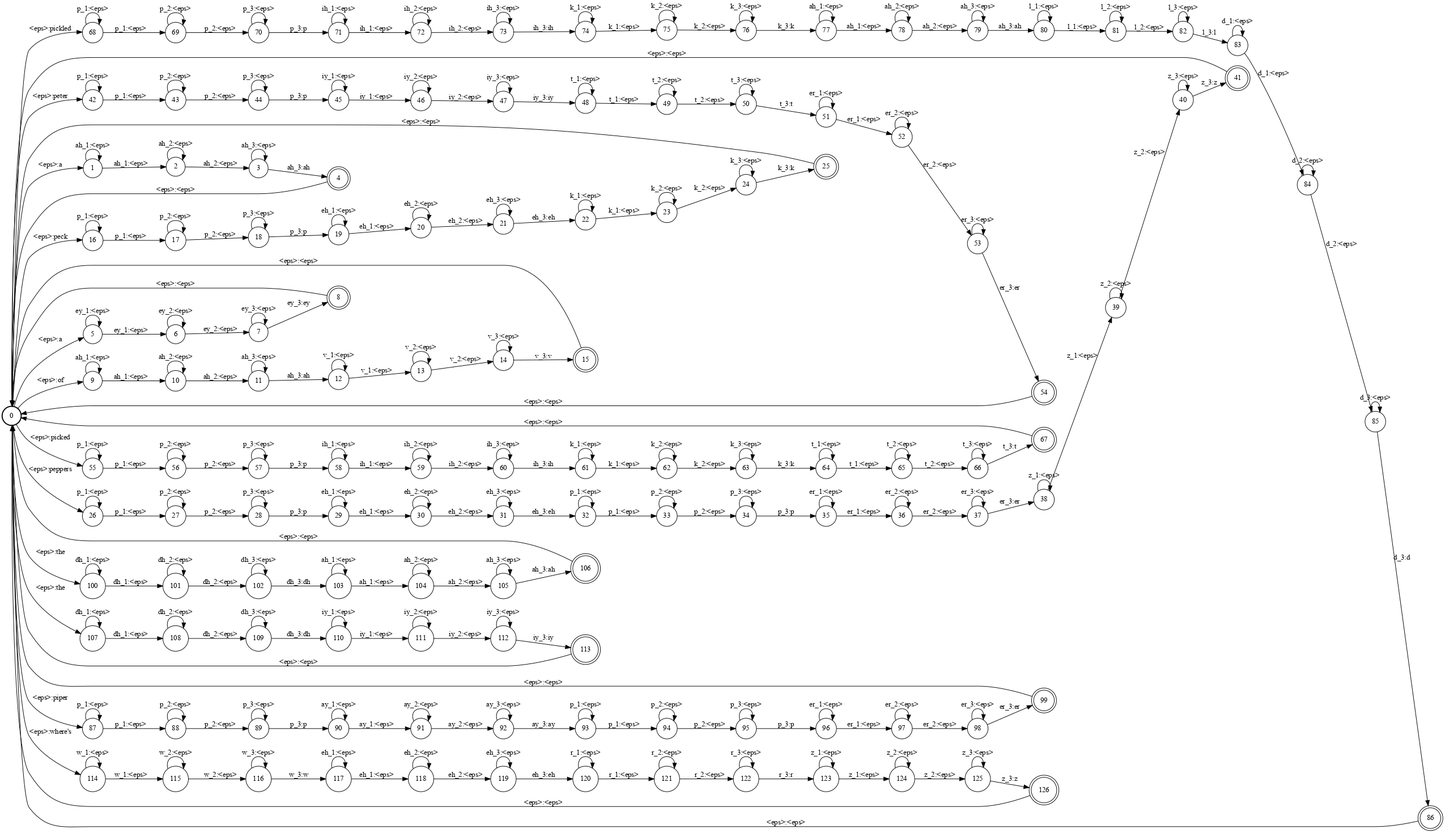
Hamesz/ASR-CW keeps this Graphviz diagram as tmp.png. Above is the earlier version. Its source is kept beside it as tmp.dot.
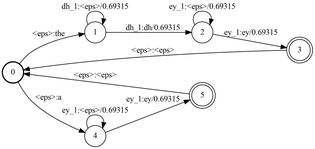
Above is the later version.

Diff of the diagram source:
```diff
@@ -6,382 +6,19 @@
 ranksep = "0.4";
 nodesep = "0.25";
 0 [label = "0", shape = circle, style = bold, fontsize = 14]
-	0 -> 1 [label = "<eps>:a", fontsize = 14];
-	0 -> 5 [label = "<eps>:a", fontsize = 14];
-	0 -> 9 [label = "<eps>:of", fontsize = 14];
-	0 -> 16 [label = "<eps>:peck", fontsize = 14];
-	0 -> 26 [label = "<eps>:peppers", fontsize = 14];
-	0 -> 42 [label = "<eps>:peter", fontsize = 14];
-	0 -> 55 [label = "<eps>:picked", fontsize = 14];
-	0 -> 68 [label = "<eps>:pickled", fontsize = 14];
-	0 -> 87 [label = "<eps>:piper", fontsize = 14];
-	0 -> 100 [label = "<eps>:the", fontsize = 14];
-	0 -> 107 [label = "<eps>:the", fontsize = 14];
-	0 -> 114 [label = "<eps>:where's", fontsize = 14];
+	0 -> 1 [label = "<eps>:the", fontsize = 14];
+	0 -> 4 [label = "<eps>:a", fontsize = 14];
 1 [label = "1", shape = circle, style = solid, fontsize = 14]
-	1 -> 1 [label = "ah_1:<eps>", fontsize = 14];
-	1 -> 2 [label = "ah_1:<eps>", fontsize = 14];
+	1 -> 1 [label = "dh_1:<eps>/0.69315", fontsize = 14];
+	1 -> 2 [label = "dh_1:dh/0.69315", fontsize = 14];
 2 [label = "2", shape = circle, style = solid, fontsize = 14]
-	2 -> 2 [label = "ah_2:<eps>", fontsize = 14];
-	2 -> 3 [label = "ah_2:<eps>", fontsize = 14];
-3 [label = "3", shape = circle, style = solid, fontsize = 14]
-	3 -> 3 [label = "ah_3:<eps>", fontsize = 14];
-	3 -> 4 [label = "ah_3:ah", fontsize = 14];
-4 [label = "4", shape = doublecircle, style = solid, fontsize = 14]
-	4 -> 0 [label = "<eps>:<eps>", fontsize = 14];
-5 [label = "5", shape = circle, style = solid, fontsize = 14]
-	5 -> 5 [label = "ey_1:<eps>", fontsize = 14];
-	5 -> 6 [label = "ey_1:<eps>", fontsize = 14];
-6 [label = "6", shape = circle, style = solid, fontsize = 14]
-	6 -> 6 [label = "ey_2:<eps>", fontsize = 14];
-	6 -> 7 [label = "ey_2:<eps>", fontsize = 14];
-7 [label = "7", shape = circle, style = solid, fontsize = 14]
-	7 -> 7 [label = "ey_3:<eps>", fontsize = 14];
-	7 -> 8 [label = "ey_3:ey", fontsize = 14];
-8 [label = "8", shape = doublecircle, style = solid, fontsize = 14]
-	8 -> 0 [label = "<eps>:<eps>", fontsize = 14];
-9 [label = "9", shape = circle, style = solid, fontsize = 14]
-	9 -> 9 [label = "ah_1:<eps>", fontsize = 14];
-	9 -> 10 [label = "ah_1:<eps>", fontsize = 14];
-10 [label = "10", shape = circle, style = solid, fontsize = 14]
-	10 -> 10 [label = "ah_2:<eps>", fontsize = 14];
-	10 -> 11 [label = "ah_2:<eps>", fontsize = 14];
-11 [label = "11", shape = circle, style = solid, fontsize = 14]
-	11 -> 11 [label = "ah_3:<eps>", fontsize = 14];
-	11 -> 12 [label = "ah_3:ah", fontsize = 14];
-12 [label = "12", shape = circle, style = solid, fontsize = 14]
-	12 -> 12 [label = "v_1:<eps>", fontsize = 14];
-	12 -> 13 [label = "v_1:<eps>", fontsize = 14];
-13 [label = "13", shape = circle, style = solid, fontsize = 14]
-	13 -> 13 [label = "v_2:<eps>", fontsize = 14];
-	13 -> 14 [label = "v_2:<eps>", fontsize = 14];
-14 [label = "14", shape = circle, style = solid, fontsize = 14]
-	14 -> 14 [label = "v_3:<eps>", fontsize = 14];
-	14 -> 15 [label = "v_3:v", fontsize = 14];
-15 [label = "15", shape = doublecircle, style = solid, fontsize = 14]
-	15 -> 0 [label = "<eps>:<eps>", fontsize = 14];
-16 [label = "16", shape = circle, style = solid, fontsize = 14]
-	16 -> 16 [label = "p_1:<eps>", fontsize = 14];
-	16 -> 17 [label = "p_1:<eps>", fontsize = 14];
-17 [label = "17", shape = circle, style = solid, fontsize = 14]
-	17 -> 17 [label = "p_2:<eps>", fontsize = 14];
-	17 -> 18 [label = "p_2:<eps>", fontsize = 14];
-18 [label = "18", shape = circle, style = solid, fontsize = 14]
-	18 -> 18 [label = "p_3:<eps>", fontsize = 14];
-	18 -> 19 [label = "p_3:p", fontsize = 14];
-19 [label = "19", shape = circle, style = solid, fontsize = 14]
-	19 -> 19 [label = "eh_1:<eps>", fontsize = 14];
-	19 -> 20 [label = "eh_1:<eps>", fontsize = 14];
-20 [label = "20", shape = circle, style = solid, fontsize = 14]
-	20 -> 20 [label = "eh_2:<eps>", fontsize = 14];
-	20 -> 21 [label = "eh_2:<eps>", fontsize = 14];
-21 [label = "21", shape = circle, style = solid, fontsize = 14]
-	21 -> 21 [label = "eh_3:<eps>", fontsize = 14];
-	21 -> 22 [label = "eh_3:eh", fontsize = 14];
-22 [label = "22", shape = circle, style = solid, fontsize = 14]
-	22 -> 22 [label = "k_1:<eps>", fontsize = 14];
-	22 -> 23 [label = "k_1:<eps>", fontsize = 14];
-23 [label = "23", shape = circle, style = solid, fontsize = 14]
-	23 -> 23 [label = "k_2:<eps>", fontsize = 14];
-	23 -> 24 [label = "k_2:<eps>", fontsize = 14];
-24 [label = "24", shape = circle, style = solid, fontsize = 14]
-	24 -> 24 [label = "k_3:<eps>", fontsize = 14];
-	24 -> 25 [label = "k_3:k", fontsize = 14];
-25 [label = "25", shape = doublecircle, style = solid, fontsize = 14]
-	25 -> 0 [label = "<eps>:<eps>", fontsize = 14];
-26 [label = "26", shape = circle, style = solid, fontsize = 14]
-	26 -> 26 [label = "p_1:<eps>", fontsize = 14];
-	26 -> 27 [label = "p_1:<eps>", fontsize = 14];
-27 [label = "27", shape = circle, style = solid, fontsize = 14]
-	27 -> 27 [label = "p_2:<eps>", fontsize = 14];
-	27 -> 28 [label = "p_2:<eps>", fontsize = 14];
-28 [label = "28", shape = circle, style = solid, fontsize = 14]
-	28 -> 28 [label = "p_3:<eps>", fontsize = 14];
-	28 -> 29 [label = "p_3:p", fontsize = 14];
-29 [label = "29", shape = circle, style = solid, fontsize = 14]
-	29 -> 29 [label = "eh_1:<eps>", fontsize = 14];
-	29 -> 30 [label = "eh_1:<eps>", fontsize = 14];
-30 [label = "30", shape = circle, style = solid, fontsize = 14]
-	30 -> 30 [label = "eh_2:<eps>", fontsize = 14];
-	30 -> 31 [label = "eh_2:<eps>", fontsize = 14];
-31 [label = "31", shape = circle, style = solid, fontsize = 14]
-	31 -> 31 [label = "eh_3:<eps>", fontsize = 14];
-	31 -> 32 [label = "eh_3:eh", fontsize = 14];
-32 [label = "32", shape = circle, style = solid, fontsize = 14]
-	32 -> 32 [label = "p_1:<eps>", fontsize = 14];
-	32 -> 33 [label = "p_1:<eps>", fontsize = 14];
-33 [label = "33", shape = circle, style = solid, fontsize = 14]
-	33 -> 33 [label = "p_2:<eps>", fontsize = 14];
-	33 -> 34 [label = "p_2:<eps>", fontsize = 14];
-34 [label = "34", shape = circle, style = solid, fontsize = 14]
-	34 -> 34 [label = "p_3:<eps>", fontsize = 14];
-	34 -> 35 [label = "p_3:p", fontsize = 14];
-35 [label = "35", shape = circle, style = solid, fontsize = 14]
-	35 -> 35 [label = "er_1:<eps>", fontsize = 14];
-	35 -> 36 [label = "er_1:<eps>", fontsize = 14];
-36 [label = "36", shape = circle, style = solid, fontsize = 14]
-	36 -> 36 [label = "er_2:<eps>", fontsize = 14];
-	36 -> 37 [label = "er_2:<eps>", fontsize = 14];
-37 [label = "37", shape = circle, style = solid, fontsize = 14]
-	37 -> 37 [label = "er_3:<eps>", fontsize = 14];
-	37 -> 38 [label = "er_3:er", fontsize = 14];
-38 [label = "38", shape = circle, style = solid, fontsize = 14]
-	38 -> 38 [label = "z_1:<eps>", fontsize = 14];
-	38 -> 39 [label = "z_1:<eps>", fontsize = 14];
-39 [label = "39", shape = circle, style = solid, fontsize = 14]
-	39 -> 39 [label = "z_2:<eps>", fontsize = 14];
-	39 -> 40 [label = "z_2:<eps>", fontsize = 14];
-40 [label = "40", shape = circle, style = solid, fontsize = 14]
-	40 -> 40 [label = "z_3:<eps>", fontsize = 14];
-	40 -> 41 [label = "z_3:z", fontsize = 14];
-41 [label = "41", shape = doublecircle, style = solid, fontsize = 14]
-	41 -> 0 [label = "<eps>:<eps>", fontsize = 14];
-42 [label = "42", shape = circle, style = solid, fontsize = 14]
-	42 -> 42 [label = "p_1:<eps>", fontsize = 14];
-	42 -> 43 [label = "p_1:<eps>", fontsize = 14];
-43 [label = "43", shape = circle, style = solid, fontsize = 14]
-	43 -> 43 [label = "p_2:<eps>", fontsize = 14];
-	43 -> 44 [label = "p_2:<eps>", fontsize = 14];
-44 [label = "44", shape = circle, style = solid, fontsize = 14]
-	44 -> 44 [label = "p_3:<eps>", fontsize = 14];
-	44 -> 45 [label = "p_3:p", fontsize = 14];
-45 [label = "45", shape = circle, style = solid, fontsize = 14]
-	45 -> 45 [label = "iy_1:<eps>", fontsize = 14];
-	45 -> 46 [label = "iy_1:<eps>", fontsize = 14];
-46 [label = "46", shape = circle, style = solid, fontsize = 14]
-	46 -> 46 [label = "iy_2:<eps>", fontsize = 14];
-	46 -> 47 [label = "iy_2:<eps>", fontsize = 14];
-47 [label = "47", shape = circle, style = solid, fontsize = 14]
-	47 -> 47 [label = "iy_3:<eps>", fontsize = 14];
-	47 -> 48 [label = "iy_3:iy", fontsize = 14];
-48 [label = "48", shape = circle, style = solid, fontsize = 14]
-	48 -> 48 [label = "t_1:<eps>", fontsize = 14];
-	48 -> 49 [label = "t_1:<eps>", fontsize = 14];
-49 [label = "49", shape = circle, style = solid, fontsize = 14]
-	49 -> 49 [label = "t_2:<eps>", fontsize = 14];
-	49 -> 50 [label = "t_2:<eps>", fontsize = 14];
-50 [label = "50", shape = circle, style = solid, fontsize = 14]
-	50 -> 50 [label = "t_3:<eps>", fontsize = 14];
-	50 -> 51 [label = "t_3:t", fontsize = 14];
-51 [label = "51", shape = circle, style = solid, fontsize = 14]
-	51 -> 51 [label = "er_1:<eps>", fontsize = 14];
-	51 -> 52 [label = "er_1:<eps>", fontsize = 14];
-52 [label = "52", shape = circle, style = solid, fontsize = 14]
-	52 -> 52 [label = "er_2:<eps>", fontsize = 14];
-	52 -> 53 [label = "er_2:<eps>", fontsize = 14];
-53 [label = "53", shape = circle, style = solid, fontsize = 14]
-	53 -> 53 [label = "er_3:<eps>", fontsize = 14];
-	53 -> 54 [label = "er_3:er", fontsize = 14];
-54 [label = "54", shape = doublecircle, style = solid, fontsize = 14]
-	54 -> 0 [label = "<eps>:<eps>", fontsize = 14];
-55 [label = "55", shape = circle, style = solid, fontsize = 14]
-	55 -> 55 [label = "p_1:<eps>", fontsize = 14];
-	55 -> 56 [label = "p_1:<eps>", fontsize = 14];
-56 [label = "56", shape = circle, style = solid, fontsize = 14]
-	56 -> 56 [label = "p_2:<eps>", fontsize = 14];
-	56 -> 57 [label = "p_2:<eps>", fontsize = 14];
-57 [label = "57", shape = circle, style = solid, fontsize = 14]
-	57 -> 57 [label = "p_3:<eps>", fontsize = 14];
-	57 -> 58 [label = "p_3:p", fontsize = 14];
-58 [label = "58", shape = circle, style = solid, fontsize = 14]
-	58 -> 58 [label = "ih_1:<eps>", fontsize = 14];
-	58 -> 59 [label = "ih_1:<eps>", fontsize = 14];
-59 [label = "59", shape = circle, style = solid, fontsize = 14]
-	59 -> 59 [label = "ih_2:<eps>", fontsize = 14];
-	59 -> 60 [label = "ih_2:<eps>", fontsize = 14];
-60 [label = "60", shape = circle, style = solid, fontsize = 14]
-	60 -> 60 [label = "ih_3:<eps>", fontsize = 14];
-	60 -> 61 [label = "ih_3:ih", fontsize = 14];
-61 [label = "61", shape = circle, style = solid, fontsize = 14]
-	61 -> 61 [label = "k_1:<eps>", fontsize = 14];
-	61 -> 62 [label = "k_1:<eps>", fontsize = 14];
-62 [label = "62", shape = circle, style = solid, fontsize = 14]
-	62 -> 62 [label = "k_2:<eps>", fontsize = 14];
-	62 -> 63 [label = "k_2:<eps>", fontsize = 14];
-63 [label = "63", shape = circle, style = solid, fontsize = 14]
-	63 -> 63 [label = "k_3:<eps>", fontsize = 14];
-	63 -> 64 [label = "k_3:k", fontsize = 14];
-64 [label = "64", shape = circle, style = solid, fontsize = 14]
-	64 -> 64 [label = "t_1:<eps>", fontsize = 14];
-	64 -> 65 [label = "t_1:<eps>", fontsize = 14];
-65 [label = "65", shape = circle, style = solid, fontsize = 14]
-	65 -> 65 [label = "t_2:<eps>", fontsize = 14];
-	65 -> 66 [label = "t_2:<eps>", fontsize = 14];
-66 [label = "66", shape = circle, style = solid, fontsize = 14]
-	66 -> 66 [label = "t_3:<eps>", fontsize = 14];
-	66 -> 67 [label = "t_3:t", fontsize = 14];
-67 [label = "67", shape = doublecircle, style = solid, fontsize = 14]
-	67 -> 0 [label = "<eps>:<eps>", fontsize = 14];
-68 [label = "68", shape = circle, style = solid, fontsize = 14]
-	68 -> 68 [label = "p_1:<eps>", fontsize = 14];
-	68 -> 69 [label = "p_1:<eps>", fontsize = 14];
-69 [label = "69", shape = circle, style = solid, fontsize = 14]
-	69 -> 69 [label = "p_2:<eps>", fontsize = 14];
-	69 -> 70 [label = "p_2:<eps>", fontsize = 14];
-70 [label = "70", shape = circle, style = solid, fontsize = 14]
-	70 -> 70 [label = "p_3:<eps>", fontsize = 14];
-	70 -> 71 [label = "p_3:p", fontsize = 14];
-71 [label = "71", shape = circle, style = solid, fontsize = 14]
-	71 -> 71 [label = "ih_1:<eps>", fontsize = 14];
-	71 -> 72 [label = "ih_1:<eps>", fontsize = 14];
-72 [label = "72", shape = circle, style = solid, fontsize = 14]
-	72 -> 72 [label = "ih_2:<eps>", fontsize = 14];
-	72 -> 73 [label = "ih_2:<eps>", fontsize = 14];
-73 [label = "73", shape = circle, style = solid, fontsize = 14]
-	73 -> 73 [label = "ih_3:<eps>", fontsize = 14];
-	73 -> 74 [label = "ih_3:ih", fontsize = 14];
-74 [label = "74", shape = circle, style = solid, fontsize = 14]
-	74 -> 74 [label = "k_1:<eps>", fontsize = 14];
-	74 -> 75 [label = "k_1:<eps>", fontsize = 14];
-75 [label = "75", shape = circle, style = solid, fontsize = 14]
-	75 -> 75 [label = "k_2:<eps>", fontsize = 14];
-	75 -> 76 [label = "k_2:<eps>", fontsize = 14];
-76 [label = "76", shape = circle, style = solid, fontsize = 14]
-	76 -> 76 [label = "k_3:<eps>", fontsize = 14];
-	76 -> 77 [label = "k_3:k", fontsize = 14];
-77 [label = "77", shape = circle, style = solid, fontsize = 14]
-	77 -> 77 [label = "ah_1:<eps>", fontsize = 14];
-	77 -> 78 [label = "ah_1:<eps>", fontsize = 14];
-78 [label = "78", shape = circle, style = solid, fontsize = 14]
-	78 -> 78 [label = "ah_2:<eps>", fontsize = 14];
-	78 -> 79 [label = "ah_2:<eps>", fontsize = 14];
-79 [label = "79", shape = circle, style = solid, fontsize = 14]
-	79 -> 79 [label = "ah_3:<eps>", fontsize = 14];
-	79 -> 80 [label = "ah_3:ah", fontsize = 14];
-80 [label = "80", shape = circle, style = solid, fontsize = 14]
-	80 -> 80 [label = "l_1:<eps>", fontsize = 14];
-	80 -> 81 [label = "l_1:<eps>", fontsize = 14];
-81 [label = "81", shape = circle, style = solid, fontsize = 14]
-	81 -> 81 [label = "l_2:<eps>", fontsize = 14];
-	81 -> 82 [label = "l_2:<eps>", fontsize = 14];
-82 [label = "82", shape = circle, style = solid, fontsize = 14]
-	82 -> 82 [label = "l_3:<eps>", fontsize = 14];
-	82 -> 83 [label = "l_3:l", fontsize = 14];
-83 [label = "83", shape = circle, style = solid, fontsize = 14]
-	83 -> 83 [label = "d_1:<eps>", fontsize = 14];
-	83 -> 84 [label = "d_1:<eps>", fontsize = 14];
-84 [label = "84", shape = circle, style = solid, fontsize = 14]
-	84 -> 84 [label = "d_2:<eps>", fontsize = 14];
-	84 -> 85 [label = "d_2:<eps>", fontsize = 14];
-85 [label = "85", shape = circle, style = solid, fontsize = 14]
-	85 -> 85 [label = "d_3:<eps>", fontsize = 14];
-	85 -> 86 [label = "d_3:d", fontsize = 14];
-86 [label = "86", shape = doublecircle, style = solid, fontsize = 14]
-	86 -> 0 [label = "<eps>:<eps>", fontsize = 14];
-87 [label = "87", shape = circle, style = solid, fontsize = 14]
-	87 -> 87 [label = "p_1:<eps>", fontsize = 14];
-	87 -> 88 [label = "p_1:<eps>", fontsize = 14];
-88 [label = "88", shape = circle, style = solid, fontsize = 14]
-	88 -> 88 [label = "p_2:<eps>", fontsize = 14];
-	88 -> 89 [label = "p_2:<eps>", fontsize = 14];
-89 [label = "89", shape = circle, style = solid, fontsize = 14]
-	89 -> 89 [label = "p_3:<eps>", fontsize = 14];
-	89 -> 90 [label = "p_3:p", fontsize = 14];
-90 [label = "90", shape = circle, style = solid, fontsize = 14]
-	90 -> 90 [label = "ay_1:<eps>", fontsize = 14];
-	90 -> 91 [label = "ay_1:<eps>", fontsize = 14];
-91 [label = "91", shape = circle, style = solid, fontsize = 14]
-	91 -> 91 [label = "ay_2:<eps>", fontsize = 14];
-	91 -> 92 [label = "ay_2:<eps>", fontsize = 14];
-92 [label = "92", shape = circle, style = solid, fontsize = 14]
-	92 -> 92 [label = "ay_3:<eps>", fontsize = 14];
-	92 -> 93 [label = "ay_3:ay", fontsize = 14];
-93 [label = "93", shape = circle, style = solid, fontsize = 14]
-	93 -> 93 [label = "p_1:<eps>", fontsize = 14];
-	93 -> 94 [label = "p_1:<eps>", fontsize = 14];
-94 [label = "94", shape = circle, style = solid, fontsize = 14]
-	94 -> 94 [label = "p_2:<eps>", fontsize = 14];
-	94 -> 95 [label = "p_2:<eps>", fontsize = 14];
-95 [label = "95", shape = circle, style = solid, fontsize = 14]
-	95 -> 95 [label = "p_3:<eps>", fontsize = 14];
-	95 -> 96 [label = "p_3:p", fontsize = 14];
-96 [label = "96", shape = circle, style = solid, fontsize = 14]
-	96 -> 96 [label = "er_1:<eps>", fontsize = 14];
-	96 -> 97 [label = "er_1:<eps>", fontsize = 14];
-97 [label = "97", shape = circle, style = solid, fontsize = 14]
-	97 -> 97 [label = "er_2:<eps>", fontsize = 14];
-	97 -> 98 [label = "er_2:<eps>", fontsize = 14];
-98 [label = "98", shape = circle, style = solid, fontsize = 14]
-	98 -> 98 [label = "er_3:<eps>", fontsize = 14];
-	98 -> 99 [label = "er_3:er", fontsize = 14];
-99 [label = "99", shape = doublecircle, style = solid, fontsize = 14]
-	99 -> 0 [label = "<eps>:<eps>", fontsize = 14];
-100 [label = "100", shape = circle, style = solid, fontsize = 14]
-	100 -> 100 [label = "dh_1:<eps>", fontsize = 14];
-	100 -> 101 [label = "dh_1:<eps>", fontsize = 14];
-101 [label = "101", shape = circle, style = solid, fontsize = 14]
-	101 -> 101 [label = "dh_2:<eps>", fontsize = 14];
-	101 -> 102 [label = "dh_2:<eps>", fontsize = 14];
-102 [label = "102", shape = circle, style = solid, fontsize = 14]
-	102 -> 102 [label = "dh_3:<eps>", fontsize = 14];
-	102 -> 103 [label = "dh_3:dh", fontsize = 14];
-103 [label = "103", shape = circle, style = solid, fontsize = 14]
-	103 -> 103 [label = "ah_1:<eps>", fontsize = 14];
-	103 -> 104 [label = "ah_1:<eps>", fontsize = 14];
-104 [label = "104", shape = circle, style = solid, fontsize = 14]
-	104 -> 104 [label = "ah_2:<eps>", fontsize = 14];
-	104 -> 105 [label = "ah_2:<eps>", fontsize = 14];
-105 [label = "105", shape = circle, style = solid, fontsize = 14]
-	105 -> 105 [label = "ah_3:<eps>", fontsize = 14];
-	105 -> 106 [label = "ah_3:ah", fontsize = 14];
-106 [label = "106", shape = doublecircle, style = solid, fontsize = 14]
-	106 -> 0 [label = "<eps>:<eps>", fontsize = 14];
-107 [label = "107", shape = circle, style = solid, fontsize = 14]
-	107 -> 107 [label = "dh_1:<eps>", fontsize = 14];
-	107 -> 108 [label = "dh_1:<eps>", fontsize = 14];
-108 [label = "108", shape = circle, style = solid, fontsize = 14]
-	108 -> 108 [label = "dh_2:<eps>", fontsize = 14];
-	108 -> 109 [label = "dh_2:<eps>", fontsize = 14];
-109 [label = "109", shape = circle, style = solid, fontsize = 14]
-	109 -> 109 [label = "dh_3:<eps>", fontsize = 14];
-	109 -> 110 [label = "dh_3:dh", fontsize = 14];
-110 [label = "110", shape = circle, style = solid, fontsize = 14]
-	110 -> 110 [label = "iy_1:<eps>", fontsize = 14];
-	110 -> 111 [label = "iy_1:<eps>", fontsize = 14];
-111 [label = "111", shape = circle, style = solid, fontsize = 14]
-	111 -> 111 [label = "iy_2:<eps>", fontsize = 14];
-	111 -> 112 [label = "iy_2:<eps>", fontsize = 14];
-112 [label = "112", shape = circle, style = solid, fontsize = 14]
-	112 -> 112 [label = "iy_3:<eps>", fontsize = 14];
-	112 -> 113 [label = "iy_3:iy", fontsize = 14];
-113 [label = "113", shape = doublecircle, style = solid, fontsize = 14]
-	113 -> 0 [label = "<eps>:<eps>", fontsize = 14];
-114 [label = "114", shape = circle, style = solid, fontsize = 14]
-	114 -> 114 [label = "w_1:<eps>", fontsize = 14];
-	114 -> 115 [label = "w_1:<eps>", fontsize = 14];
-115 [label = "115", shape = circle, style = solid, fontsize = 14]
-	115 -> 115 [label = "w_2:<eps>", fontsize = 14];
-	115 -> 116 [label = "w_2:<eps>", fontsize = 14];
-116 [label = "116", shape = circle, style = solid, fontsize = 14]
-	116 -> 116 [label = "w_3:<eps>", fontsize = 14];
-	116 -> 117 [label = "w_3:w", fontsize = 14];
-117 [label = "117", shape = circle, style = solid, fontsize = 14]
-	117 -> 117 [label = "eh_1:<eps>", fontsize = 14];
-	117 -> 118 [label = "eh_1:<eps>", fontsize = 14];
-118 [label = "118", shape = circle, style = solid, fontsize = 14]
-	118 -> 118 [label = "eh_2:<eps>", fontsize = 14];
-	118 -> 119 [label = "eh_2:<eps>", fontsize = 14];
-119 [label = "119", shape = circle, style = solid, fontsize = 14]
-	119 -> 119 [label = "eh_3:<eps>", fontsize = 14];
-	119 -> 120 [label = "eh_3:eh", fontsize = 14];
-120 [label = "120", shape = circle, style = solid, fontsize = 14]
-	120 -> 120 [label = "r_1:<eps>", fontsize = 14];
-	120 -> 121 [label = "r_1:<eps>", fontsize = 14];
-121 [label = "121", shape = circle, style = solid, fontsize = 14]
-	121 -> 121 [label = "r_2:<eps>", fontsize = 14];
-	121 -> 122 [label = "r_2:<eps>", fontsize = 14];
-122 [label = "122", shape = circle, style = solid, fontsize = 14]
-	122 -> 122 [label = "r_3:<eps>", fontsize = 14];
-	122 -> 123 [label = "r_3:r", fontsize = 14];
-123 [label = "123", shape = circle, style = solid, fontsize = 14]
-	123 -> 123 [label = "z_1:<eps>", fontsize = 14];
-	123 -> 124 [label = "z_1:<eps>", fontsize = 14];
-124 [label = "124", shape = circle, style = solid, fontsize = 14]
-	124 -> 124 [label = "z_2:<eps>", fontsize = 14];
-	124 -> 125 [label = "z_2:<eps>", fontsize = 14];
-125 [label = "125", shape = circle, style = solid, fontsize = 14]
-	125 -> 125 [label = "z_3:<eps>", fontsize = 14];
-	125 -> 126 [label = "z_3:z", fontsize = 14];
-126 [label = "126", shape = doublecircle, style = solid, fontsize = 14]
-	126 -> 0 [label = "<eps>:<eps>", fontsize = 14];
+	2 -> 2 [label = "ey_1:<eps>/0.69315", fontsize = 14];
+	2 -> 3 [label = "ey_1:ey/0.69315", fontsize = 14];
+3 [label = "3", shape = doublecircle, style = solid, fontsize = 14]
+	3 -> 0 [label = "<eps>:<eps>", fontsize = 14];
+4 [label = "4", shape = circle, style = solid, fontsize = 14]
+	4 -> 4 [label = "ey_1:<eps>/0.69315", fontsize = 14];
+	4 -> 5 [label = "ey_1:ey/0.69315", fontsize = 14];
+5 [label = "5", shape = doublecircle, style = solid, fontsize = 14]
+	5 -> 0 [label = "<eps>:<eps>", fontsize = 14];
 }
```
